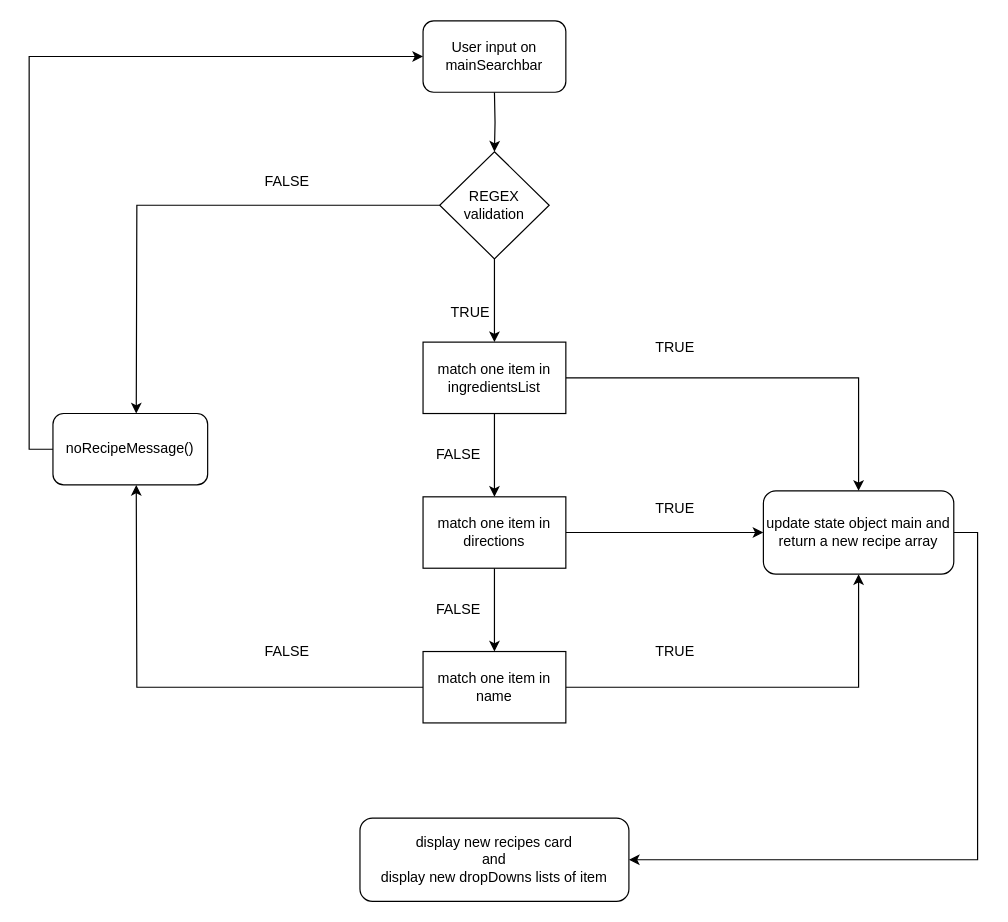
The draw.io diagram Fiche d'investigation fonctionnalité - recherche principale.drawio in loumorganrene/LesPetitsPlats, before the edit. Source tidied: cells renumbered, new cells numbered last; positions are measured from the earlier drawing's top-left corner, leaving out a move shared by most shapes. Both pictures are drawn from the tidied source at 119%, with x=0, y=0 at pixel (52, 20).
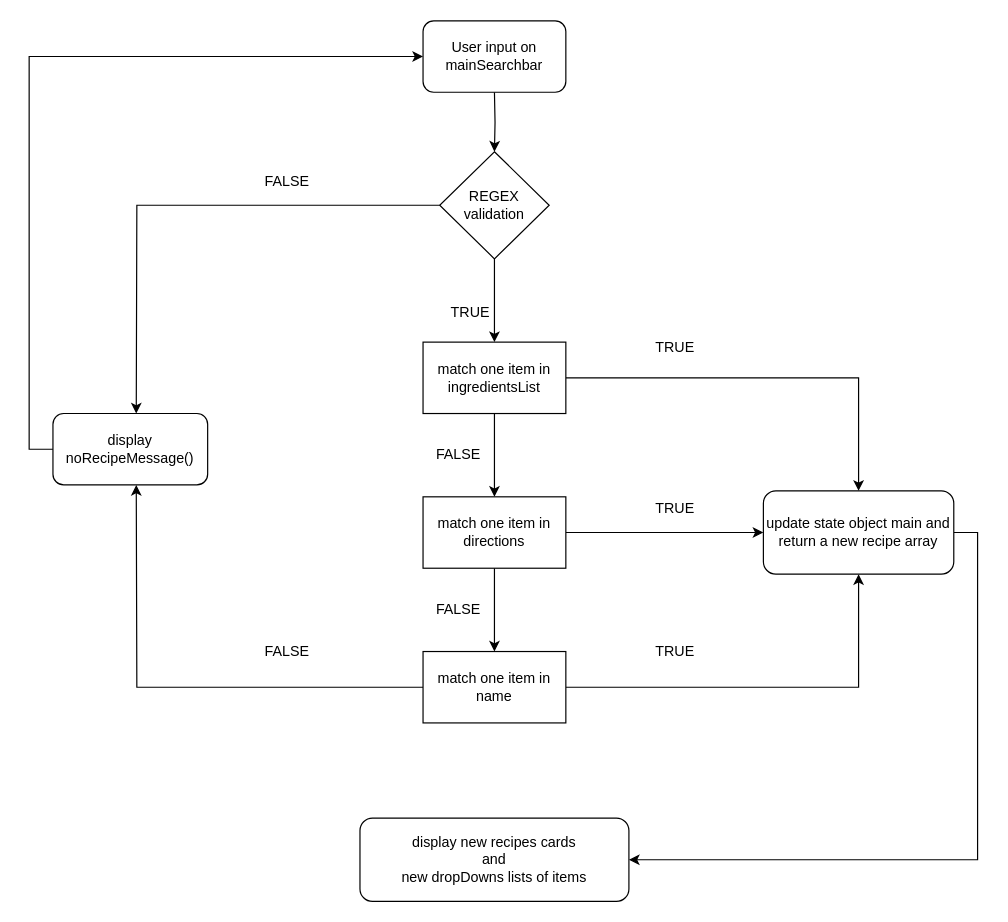
After the change.

Commit message:
Mettre à jour Fiche d'investigation fonctionnalité - recherche principale.drawio

The edit, as a diff of the source:
```diff
@@
-    <mxCell id="19" value="noRecipeMessage()" style="rounded=1;whiteSpace=wrap;html=1;" parent="1" vertex="1">
+    <mxCell id="19" value="display noRecipeMessage()" style="rounded=1;whiteSpace=wrap;html=1;" parent="1" vertex="1">
       <mxGeometry y="330" width="130" height="60" as="geometry" />
     </mxCell>
@@
-    <mxCell id="28" value="&lt;div&gt;display new recipes card&lt;/div&gt;&lt;div&gt;and&lt;/div&gt;&lt;div&gt;display new dropDowns lists of item&lt;br&gt;&lt;/div&gt;" style="rounded=1;whiteSpace=wrap;html=1;" parent="1" vertex="1">
+    <mxCell id="28" value="&lt;div&gt;display new recipes cards&lt;/div&gt;&lt;div&gt;and&lt;/div&gt;&lt;div&gt;new dropDowns lists of items&lt;br&gt;&lt;/div&gt;" style="rounded=1;whiteSpace=wrap;html=1;" parent="1" vertex="1">
       <mxGeometry x="258" y="670" width="226" height="70" as="geometry" />
     </mxCell>
```
